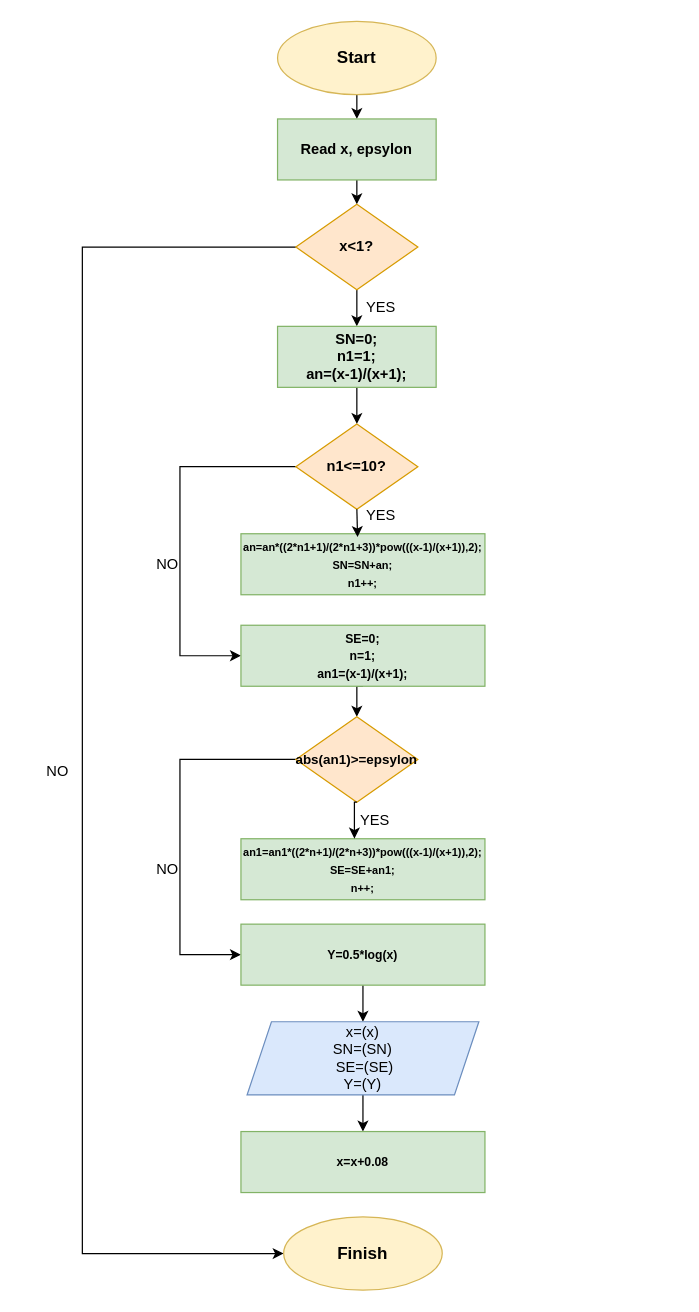
SofiaPasichko/sofiaa keeps this draw.io diagram as vnslab3.drawio. Above is the earlier version. Source tidied: cells renumbered, new cells numbered last; positions are measured from the earlier drawing's top-left corner, leaving out a move shared by most shapes. Both pictures are drawn from the tidied source at 122%, with x=0, y=0 at pixel (21, 21).
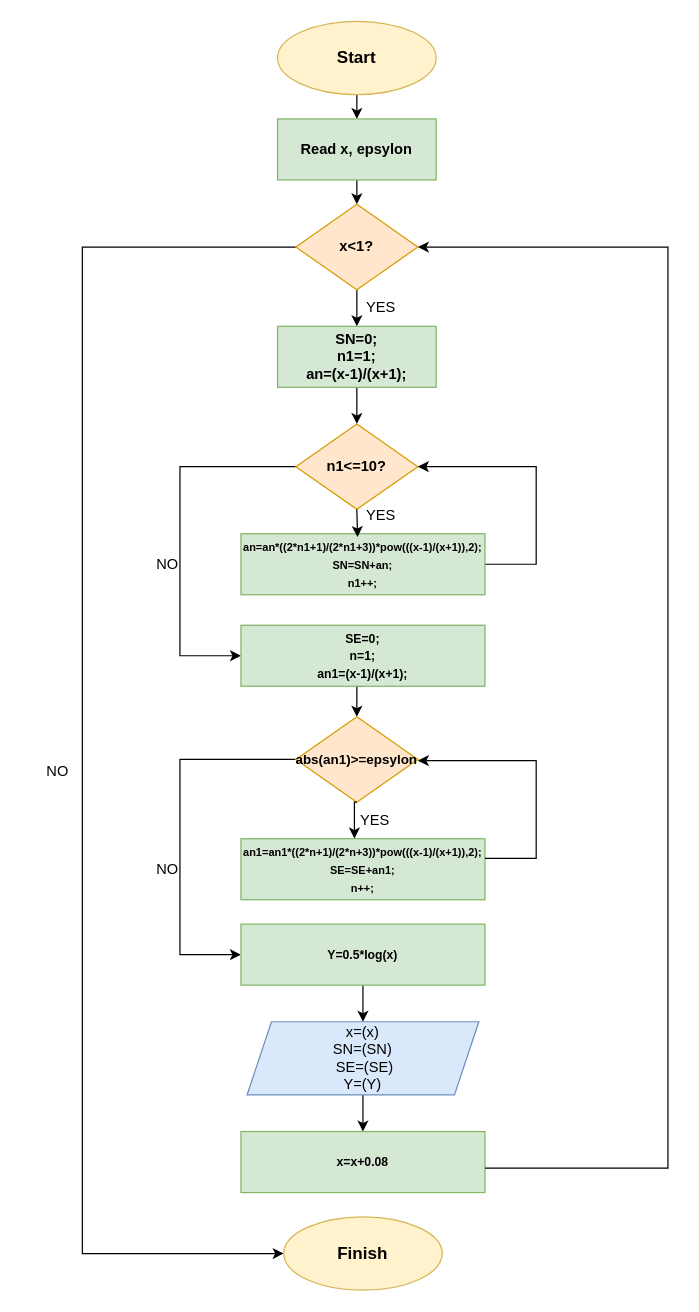
The same page after the edit.

Unchanged cells that the change refers to:
```xml
<mxCell id="8" value="&lt;b&gt;x&amp;lt;1?&lt;/b&gt;" style="rhombus;whiteSpace=wrap;html=1;fillColor=#ffe6cc;strokeColor=#d79b00;" parent="1" vertex="1">
  <mxGeometry x="225" y="150" width="100" height="70" as="geometry" />
</mxCell>
<mxCell id="13" value="&lt;b&gt;n1&amp;lt;=10?&lt;/b&gt;" style="rhombus;whiteSpace=wrap;html=1;fillColor=#ffe6cc;strokeColor=#d79b00;" parent="1" vertex="1">
  <mxGeometry x="225" y="330" width="100" height="70" as="geometry" />
</mxCell>
<mxCell id="14" value="&lt;font style=&quot;font-size: 9px;&quot;&gt;&lt;b&gt;an=an*((2*n1+1)/(2*n1+3))*pow(((x-1)/(x+1)),2);&lt;br style=&quot;&quot;&gt;SN=SN+an;&lt;br&gt;n1++;&lt;/b&gt;&lt;/font&gt;" style="rounded=0;whiteSpace=wrap;html=1;fillColor=#d5e8d4;strokeColor=#82b366;" parent="1" vertex="1">
  <mxGeometry x="180" y="420" width="200" height="50" as="geometry" />
</mxCell>
```

Change to the diagram source:
```diff
@@
+    <mxCell id="33" style="edgeStyle=orthogonalEdgeStyle;rounded=0;jettySize=auto;html=1;entryX=1;entryY=0.5;entryDx=0;entryDy=0;" parent="1" edge="1" source="14" target="13">
+      <mxGeometry relative="1" as="geometry">
+        <Array as="points">
+          <mxPoint x="422" y="445" />
+          <mxPoint x="422" y="365" />
+        </Array>
+      </mxGeometry>
+    </mxCell>
@@
+    <mxCell id="34" style="edgeStyle=orthogonalEdgeStyle;rounded=0;orthogonalLoop=1;jettySize=auto;html=1;entryX=1;entryY=0.5;entryDx=0;entryDy=0;" parent="1" edge="1">
+      <mxGeometry relative="1" as="geometry">
+        <mxPoint x="380" y="686" as="sourcePoint" />
+        <mxPoint x="325" y="606" as="targetPoint" />
+        <Array as="points">
+          <mxPoint x="422" y="686" />
+          <mxPoint x="422" y="606" />
+        </Array>
+      </mxGeometry>
+    </mxCell>
+    <mxCell id="35" style="edgeStyle=orthogonalEdgeStyle;rounded=0;jettySize=auto;html=1;entryX=1;entryY=0.5;entryDx=0;entryDy=0;" parent="1" edge="1" target="8">
+      <mxGeometry relative="1" as="geometry">
+        <mxPoint x="380" y="940" as="sourcePoint" />
+        <Array as="points">
+          <mxPoint x="530" y="940" />
+          <mxPoint x="530" y="185" />
+        </Array>
+      </mxGeometry>
+    </mxCell>
```
